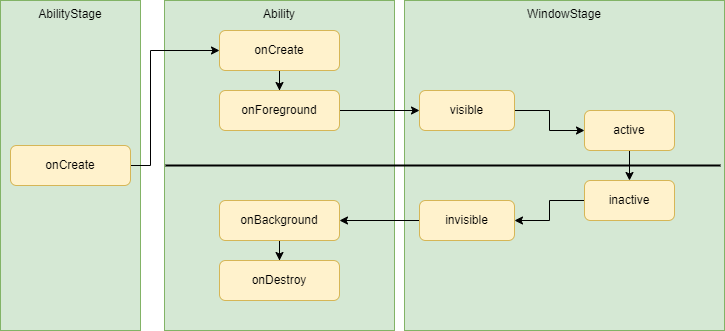
This is zh-cn/application-dev/ability/figures/stageabilitylifecyclecallback.png from openharmony/docs, a draw.io export, as it was before one commit. Source tidied: cells renumbered, new cells last; positions are measured from the earlier drawing's top-left corner, leaving out a move shared by most shapes. Source of this version:
```xml
<mxGraphModel>
  <root>
    <mxCell id="0" />
    <mxCell id="1" parent="0" />
    <mxCell id="2" value="AbilityStage" style="rounded=0;whiteSpace=wrap;html=1;verticalAlign=top;fillColor=#d5e8d4;strokeColor=#82b366;" parent="1" vertex="1">
      <mxGeometry width="140" height="330" as="geometry" />
    </mxCell>
    <mxCell id="3" value="Ability" style="rounded=0;whiteSpace=wrap;html=1;verticalAlign=top;fillColor=#d5e8d4;strokeColor=#82b366;" parent="1" vertex="1">
      <mxGeometry x="164" width="230" height="330" as="geometry" />
    </mxCell>
    <mxCell id="4" value="WindowStage" style="rounded=0;whiteSpace=wrap;html=1;verticalAlign=top;fillColor=#d5e8d4;strokeColor=#82b366;" parent="1" vertex="1">
      <mxGeometry x="404" width="320" height="330" as="geometry" />
    </mxCell>
    <mxCell id="5" style="edgeStyle=orthogonalEdgeStyle;rounded=0;jettySize=auto;html=1;exitX=1;exitY=0.5;exitDx=0;exitDy=0;entryX=0;entryY=0.5;entryDx=0;entryDy=0;" parent="1" edge="1" source="6" target="9">
      <mxGeometry relative="1" as="geometry">
        <Array as="points">
          <mxPoint x="150" y="165" />
          <mxPoint x="150" y="50" />
        </Array>
      </mxGeometry>
    </mxCell>
    <mxCell id="6" value="onCreate" style="rounded=1;whiteSpace=wrap;html=1;fillColor=#fff2cc;strokeColor=#d6b656;" parent="1" vertex="1">
      <mxGeometry x="10" y="145" width="120" height="40" as="geometry" />
    </mxCell>
    <mxCell id="7" style="line;strokeWidth=2;html=1;" parent="1" vertex="1">
      <mxGeometry x="165" y="160" width="555" height="10" as="geometry" />
    </mxCell>
    <mxCell id="8" style="edgeStyle=orthogonalEdgeStyle;rounded=0;jettySize=auto;html=1;" parent="1" edge="1" source="9" target="11">
      <mxGeometry relative="1" as="geometry" />
    </mxCell>
    <mxCell id="9" value="onCreate" style="rounded=1;whiteSpace=wrap;html=1;fillColor=#fff2cc;strokeColor=#d6b656;" parent="1" vertex="1">
      <mxGeometry x="219" y="30" width="120" height="40" as="geometry" />
    </mxCell>
    <mxCell id="10" style="edgeStyle=orthogonalEdgeStyle;rounded=0;jettySize=auto;html=1;exitX=1;exitY=0.5;exitDx=0;exitDy=0;entryX=0;entryY=0.5;entryDx=0;entryDy=0;" parent="1" edge="1" source="11" target="13">
      <mxGeometry relative="1" as="geometry" />
    </mxCell>
    <mxCell id="11" value="onForeground" style="rounded=1;whiteSpace=wrap;html=1;fillColor=#fff2cc;strokeColor=#d6b656;" parent="1" vertex="1">
      <mxGeometry x="219" y="90" width="120" height="40" as="geometry" />
    </mxCell>
    <mxCell id="12" style="edgeStyle=orthogonalEdgeStyle;rounded=0;jettySize=auto;html=1;exitX=1;exitY=0.5;exitDx=0;exitDy=0;entryX=0;entryY=0.5;entryDx=0;entryDy=0;" parent="1" edge="1" source="13" target="15">
      <mxGeometry relative="1" as="geometry" />
    </mxCell>
    <mxCell id="13" value="visible" style="rounded=1;whiteSpace=wrap;html=1;fillColor=#fff2cc;strokeColor=#d6b656;" parent="1" vertex="1">
      <mxGeometry x="419" y="90" width="95" height="40" as="geometry" />
    </mxCell>
    <mxCell id="14" style="edgeStyle=orthogonalEdgeStyle;rounded=0;jettySize=auto;html=1;exitX=0.5;exitY=1;exitDx=0;exitDy=0;entryX=0.5;entryY=0;entryDx=0;entryDy=0;" parent="1" edge="1" source="15" target="17">
      <mxGeometry relative="1" as="geometry" />
    </mxCell>
    <mxCell id="15" value="active" style="rounded=1;whiteSpace=wrap;html=1;fillColor=#fff2cc;strokeColor=#d6b656;" parent="1" vertex="1">
      <mxGeometry x="584" y="110" width="90" height="40" as="geometry" />
    </mxCell>
    <mxCell id="16" style="edgeStyle=orthogonalEdgeStyle;rounded=0;jettySize=auto;html=1;exitX=0;exitY=0.5;exitDx=0;exitDy=0;entryX=1;entryY=0.5;entryDx=0;entryDy=0;" parent="1" edge="1" source="17" target="19">
      <mxGeometry relative="1" as="geometry" />
    </mxCell>
    <mxCell id="17" value="inactive" style="rounded=1;whiteSpace=wrap;html=1;fillColor=#fff2cc;strokeColor=#d6b656;" parent="1" vertex="1">
      <mxGeometry x="584" y="180" width="90" height="40" as="geometry" />
    </mxCell>
    <mxCell id="18" style="edgeStyle=orthogonalEdgeStyle;rounded=0;jettySize=auto;html=1;exitX=0;exitY=0.5;exitDx=0;exitDy=0;entryX=1;entryY=0.5;entryDx=0;entryDy=0;" parent="1" edge="1" source="19" target="21">
      <mxGeometry relative="1" as="geometry" />
    </mxCell>
    <mxCell id="19" value="invisible" style="rounded=1;whiteSpace=wrap;html=1;fillColor=#fff2cc;strokeColor=#d6b656;" parent="1" vertex="1">
      <mxGeometry x="419" y="200" width="95" height="40" as="geometry" />
    </mxCell>
    <mxCell id="20" style="edgeStyle=orthogonalEdgeStyle;rounded=0;jettySize=auto;html=1;" parent="1" edge="1" source="21" target="22">
      <mxGeometry relative="1" as="geometry" />
    </mxCell>
    <mxCell id="21" value="onBackground" style="rounded=1;whiteSpace=wrap;html=1;fillColor=#fff2cc;strokeColor=#d6b656;" parent="1" vertex="1">
      <mxGeometry x="219" y="200" width="120" height="40" as="geometry" />
    </mxCell>
    <mxCell id="22" value="onDestroy" style="rounded=1;whiteSpace=wrap;html=1;fillColor=#fff2cc;strokeColor=#d6b656;" parent="1" vertex="1">
      <mxGeometry x="219" y="260" width="120" height="40" as="geometry" />
    </mxCell>
  </root>
</mxGraphModel>
```
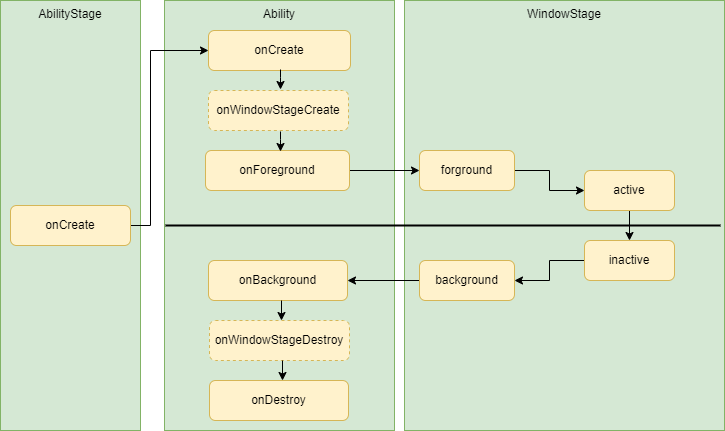
Later version of the same file.

The edit, as a diff of the source:
```diff
@@ -3,19 +3,19 @@
     <mxCell id="0" />
     <mxCell id="1" parent="0" />
     <mxCell id="2" value="AbilityStage" style="rounded=0;whiteSpace=wrap;html=1;verticalAlign=top;fillColor=#d5e8d4;strokeColor=#82b366;" parent="1" vertex="1">
-      <mxGeometry width="140" height="330" as="geometry" />
+      <mxGeometry y="-60" width="140" height="430" as="geometry" />
     </mxCell>
     <mxCell id="3" value="Ability" style="rounded=0;whiteSpace=wrap;html=1;verticalAlign=top;fillColor=#d5e8d4;strokeColor=#82b366;" parent="1" vertex="1">
-      <mxGeometry x="164" width="230" height="330" as="geometry" />
+      <mxGeometry x="164" y="-60" width="230" height="430" as="geometry" />
     </mxCell>
     <mxCell id="4" value="WindowStage" style="rounded=0;whiteSpace=wrap;html=1;verticalAlign=top;fillColor=#d5e8d4;strokeColor=#82b366;" parent="1" vertex="1">
-      <mxGeometry x="404" width="320" height="330" as="geometry" />
+      <mxGeometry x="404" y="-60" width="320" height="430" as="geometry" />
     </mxCell>
     <mxCell id="5" style="edgeStyle=orthogonalEdgeStyle;rounded=0;jettySize=auto;html=1;exitX=1;exitY=0.5;exitDx=0;exitDy=0;entryX=0;entryY=0.5;entryDx=0;entryDy=0;" parent="1" edge="1" source="6" target="9">
       <mxGeometry relative="1" as="geometry">
         <Array as="points">
           <mxPoint x="150" y="165" />
-          <mxPoint x="150" y="50" />
+          <mxPoint x="150" y="-10" />
         </Array>
       </mxGeometry>
     </mxCell>
@@ -25,22 +25,19 @@
     <mxCell id="7" style="line;strokeWidth=2;html=1;" parent="1" vertex="1">
       <mxGeometry x="165" y="160" width="555" height="10" as="geometry" />
     </mxCell>
-    <mxCell id="8" style="edgeStyle=orthogonalEdgeStyle;rounded=0;jettySize=auto;html=1;" parent="1" edge="1" source="9" target="11">
-      <mxGeometry relative="1" as="geometry" />
-    </mxCell>
     <mxCell id="9" value="onCreate" style="rounded=1;whiteSpace=wrap;html=1;fillColor=#fff2cc;strokeColor=#d6b656;" parent="1" vertex="1">
-      <mxGeometry x="219" y="30" width="120" height="40" as="geometry" />
+      <mxGeometry x="208" y="-30" width="142" height="40" as="geometry" />
     </mxCell>
     <mxCell id="10" style="edgeStyle=orthogonalEdgeStyle;rounded=0;jettySize=auto;html=1;exitX=1;exitY=0.5;exitDx=0;exitDy=0;entryX=0;entryY=0.5;entryDx=0;entryDy=0;" parent="1" edge="1" source="11" target="13">
       <mxGeometry relative="1" as="geometry" />
     </mxCell>
     <mxCell id="11" value="onForeground" style="rounded=1;whiteSpace=wrap;html=1;fillColor=#fff2cc;strokeColor=#d6b656;" parent="1" vertex="1">
-      <mxGeometry x="219" y="90" width="120" height="40" as="geometry" />
+      <mxGeometry x="205" y="90" width="144" height="40" as="geometry" />
     </mxCell>
     <mxCell id="12" style="edgeStyle=orthogonalEdgeStyle;rounded=0;jettySize=auto;html=1;exitX=1;exitY=0.5;exitDx=0;exitDy=0;entryX=0;entryY=0.5;entryDx=0;entryDy=0;" parent="1" edge="1" source="13" target="15">
       <mxGeometry relative="1" as="geometry" />
     </mxCell>
-    <mxCell id="13" value="visible" style="rounded=1;whiteSpace=wrap;html=1;fillColor=#fff2cc;strokeColor=#d6b656;" parent="1" vertex="1">
+    <mxCell id="13" value="forground" style="rounded=1;whiteSpace=wrap;html=1;fillColor=#fff2cc;strokeColor=#d6b656;" parent="1" vertex="1">
       <mxGeometry x="419" y="90" width="95" height="40" as="geometry" />
     </mxCell>
     <mxCell id="14" style="edgeStyle=orthogonalEdgeStyle;rounded=0;jettySize=auto;html=1;exitX=0.5;exitY=1;exitDx=0;exitDy=0;entryX=0.5;entryY=0;entryDx=0;entryDy=0;" parent="1" edge="1" source="15" target="17">
@@ -58,17 +55,52 @@
     <mxCell id="18" style="edgeStyle=orthogonalEdgeStyle;rounded=0;jettySize=auto;html=1;exitX=0;exitY=0.5;exitDx=0;exitDy=0;entryX=1;entryY=0.5;entryDx=0;entryDy=0;" parent="1" edge="1" source="19" target="21">
       <mxGeometry relative="1" as="geometry" />
     </mxCell>
-    <mxCell id="19" value="invisible" style="rounded=1;whiteSpace=wrap;html=1;fillColor=#fff2cc;strokeColor=#d6b656;" parent="1" vertex="1">
+    <mxCell id="19" value="background" style="rounded=1;whiteSpace=wrap;html=1;fillColor=#fff2cc;strokeColor=#d6b656;" parent="1" vertex="1">
       <mxGeometry x="419" y="200" width="95" height="40" as="geometry" />
     </mxCell>
-    <mxCell id="20" style="edgeStyle=orthogonalEdgeStyle;rounded=0;jettySize=auto;html=1;" parent="1" edge="1" source="21" target="22">
-      <mxGeometry relative="1" as="geometry" />
-    </mxCell>
     <mxCell id="21" value="onBackground" style="rounded=1;whiteSpace=wrap;html=1;fillColor=#fff2cc;strokeColor=#d6b656;" parent="1" vertex="1">
-      <mxGeometry x="219" y="200" width="120" height="40" as="geometry" />
+      <mxGeometry x="208" y="200" width="139" height="40" as="geometry" />
     </mxCell>
     <mxCell id="22" value="onDestroy" style="rounded=1;whiteSpace=wrap;html=1;fillColor=#fff2cc;strokeColor=#d6b656;" parent="1" vertex="1">
-      <mxGeometry x="219" y="260" width="120" height="40" as="geometry" />
+      <mxGeometry x="209" y="320" width="139" height="40" as="geometry" />
     </mxCell>
+    <mxCell id="23" value="onWindowStageDestroy" style="rounded=1;whiteSpace=wrap;html=1;fillColor=#fff2cc;strokeColor=#d6b656;dashed=1;" parent="1" vertex="1">
+      <mxGeometry x="209" y="260" width="140" height="40" as="geometry" />
+    </mxCell>
+    <mxCell id="24" value="onWindowStageCreate" style="rounded=1;whiteSpace=wrap;html=1;fillColor=#fff2cc;strokeColor=#d6b656;dashed=1;" parent="1" vertex="1">
+      <mxGeometry x="208" y="30" width="140" height="40" as="geometry" />
+    </mxCell>
+    <mxCell id="25" style="edgeStyle=orthogonalEdgeStyle;rounded=0;orthogonalLoop=1;jettySize=auto;html=1;" parent="1" edge="1">
+      <mxGeometry relative="1" as="geometry">
+        <mxPoint x="281" y="240" as="sourcePoint" />
+        <mxPoint x="281" y="260" as="targetPoint" />
+      </mxGeometry>
+    </mxCell>
+    <mxCell id="26" style="edgeStyle=orthogonalEdgeStyle;rounded=0;orthogonalLoop=1;jettySize=auto;html=1;" parent="1" edge="1">
+      <mxGeometry relative="1" as="geometry">
+        <mxPoint x="282" y="300" as="sourcePoint" />
+        <mxPoint x="282" y="320" as="targetPoint" />
+      </mxGeometry>
+    </mxCell>
+    <mxCell id="27" style="edgeStyle=orthogonalEdgeStyle;rounded=0;orthogonalLoop=1;jettySize=auto;html=1;" parent="1" edge="1">
+      <mxGeometry relative="1" as="geometry">
+        <mxPoint x="280" y="71" as="sourcePoint" />
+        <mxPoint x="280" y="91" as="targetPoint" />
+        <Array as="points">
+          <mxPoint x="280" y="79" />
+          <mxPoint x="280" y="79" />
+        </Array>
+      </mxGeometry>
+    </mxCell>
+    <mxCell id="28" style="edgeStyle=orthogonalEdgeStyle;rounded=0;orthogonalLoop=1;jettySize=auto;html=1;" parent="1" edge="1">
+      <mxGeometry relative="1" as="geometry">
+        <mxPoint x="280" y="9" as="sourcePoint" />
+        <mxPoint x="280" y="29" as="targetPoint" />
+        <Array as="points">
+          <mxPoint x="280" y="17" />
+          <mxPoint x="280" y="17" />
+        </Array>
+      </mxGeometry>
+    </mxCell>
   </root>
 </mxGraphModel>
```
